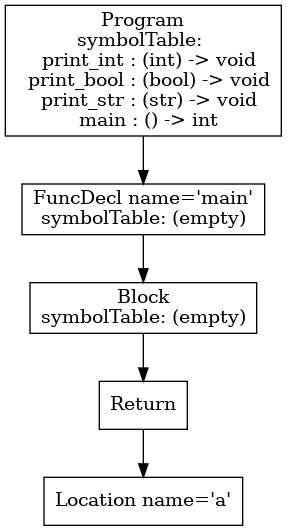
This is p3-analysis/ast.png from tran3jm/f22_compilers, a Graphviz export, as it was before one commit. Its source is kept beside it as p3-analysis/ast.dot.
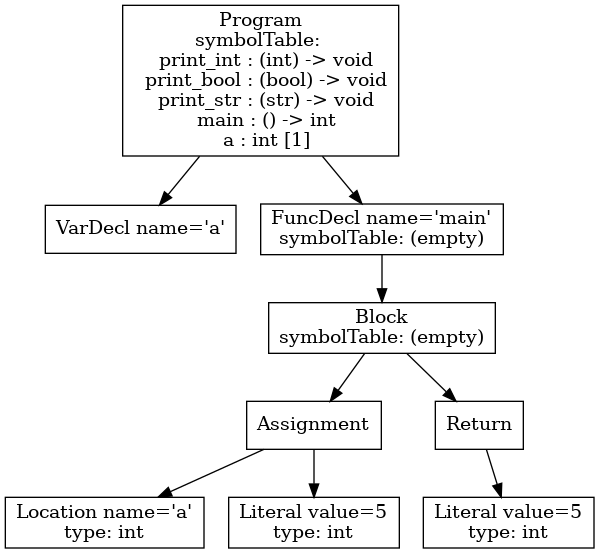
After the commit.

The edit, as a diff of the source:
```diff
@@ -1,11 +1,19 @@
 digraph AST {
-4 [shape=box, label="Location name='a'"];
-3 [shape=box, label="Return"];
+1 [shape=box, label="VarDecl name='a'"];
+5 [shape=box, label="Location name='a'\ntype: int"];
+6 [shape=box, label="Literal value=5\ntype: int"];
+4 [shape=box, label="Assignment"];
+4 -> 5;
+4 -> 6;
+8 [shape=box, label="Literal value=5\ntype: int"];
+7 [shape=box, label="Return"];
+7 -> 8;
+3 [shape=box, label="Block\nsymbolTable: (empty)"];
 3 -> 4;
-2 [shape=box, label="Block\nsymbolTable: (empty)"];
+3 -> 7;
+2 [shape=box, label="FuncDecl name='main'\nsymbolTable: (empty)"];
 2 -> 3;
-1 [shape=box, label="FuncDecl name='main'\nsymbolTable: (empty)"];
-1 -> 2;
-0 [shape=box, label="Program\nsymbolTable: \n  print_int : (int) -> void\n  print_bool : (bool) -> void\n  print_str : (str) -> void\n  main : () -> int"];
+0 [shape=box, label="Program\nsymbolTable: \n  print_int : (int) -> void\n  print_bool : (bool) -> void\n  print_str : (str) -> void\n  main : () -> int\n  a : int [1]"];
 0 -> 1;
+0 -> 2;
 }
```
